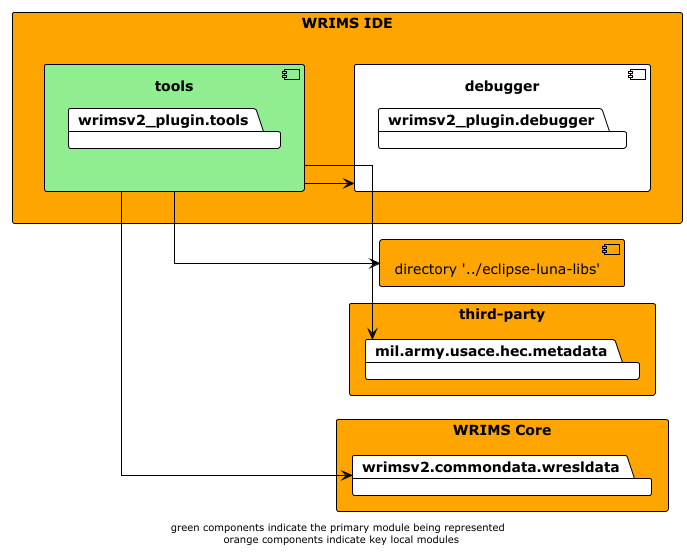
Above: docs/diagrams/wrims-ide/wrims-ide_tools.png in CentralValleyModeling/wrims (PlantUML), before the change. The source it was exported from:
```plantuml
@startuml

!theme plain
left to right direction
skinparam linetype ortho

rectangle wrims-ide as "WRIMS IDE" #orange {
    component tools #lightgreen {
        package wrimsv2_plugin.tools
    }
    component debugger {
        package wrimsv2_plugin.debugger
    }
}

component luna_libs as "directory '../eclipse-luna-libs'" #orange
rectangle third-party #orange {
    package mil.army.usace.hec.metadata
}

rectangle wrims-core as "WRIMS Core" #orange {
    package wrimsv2.commondata.wresldata
}

tools -down-> luna_libs
tools -down-> debugger
tools -down-> mil.army.usace.hec.metadata
tools -down-> wrimsv2.commondata.wresldata

footer "green components indicate the primary module being represented \n orange components indicate key local modules"
@enduml
```
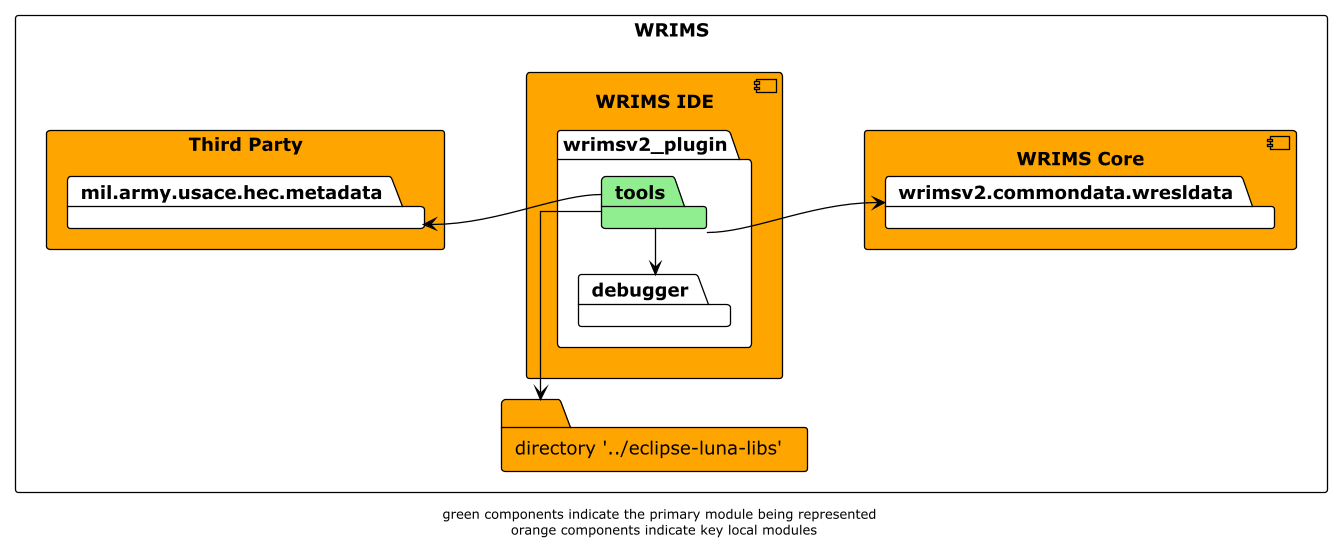
Later version of the same file.

Diff of the diagram source:
```diff
@@ -4,27 +4,26 @@
 left to right direction
 skinparam linetype ortho
 
-rectangle wrims-ide as "WRIMS IDE" #orange {
-    component tools #lightgreen {
-        package wrimsv2_plugin.tools
+rectangle WRIMS {
+    component wrims-ide as "WRIMS IDE" #orange {
+        package wrimsv2_plugin {
+            package tools #lightgreen
+            package debugger
+        }
     }
-    component debugger {
-        package wrimsv2_plugin.debugger
+
+    folder luna_libs as "directory '../eclipse-luna-libs'" #orange
+    rectangle third-party as "Third Party" #orange {
+        package mil.army.usace.hec.metadata
+    }
+
+    component wrims-core as "WRIMS Core" #orange {
+        package wrimsv2.commondata.wresldata
     }
 }
-
-component luna_libs as "directory '../eclipse-luna-libs'" #orange
-rectangle third-party #orange {
-    package mil.army.usace.hec.metadata
-}
-
-rectangle wrims-core as "WRIMS Core" #orange {
-    package wrimsv2.commondata.wresldata
-}
-
-tools -down-> luna_libs
-tools -down-> debugger
-tools -down-> mil.army.usace.hec.metadata
+tools -r-> luna_libs
+tools -l-> debugger
+tools -u-> mil.army.usace.hec.metadata
 tools -down-> wrimsv2.commondata.wresldata
 
 footer "green components indicate the primary module being represented \n orange components indicate key local modules"
```
